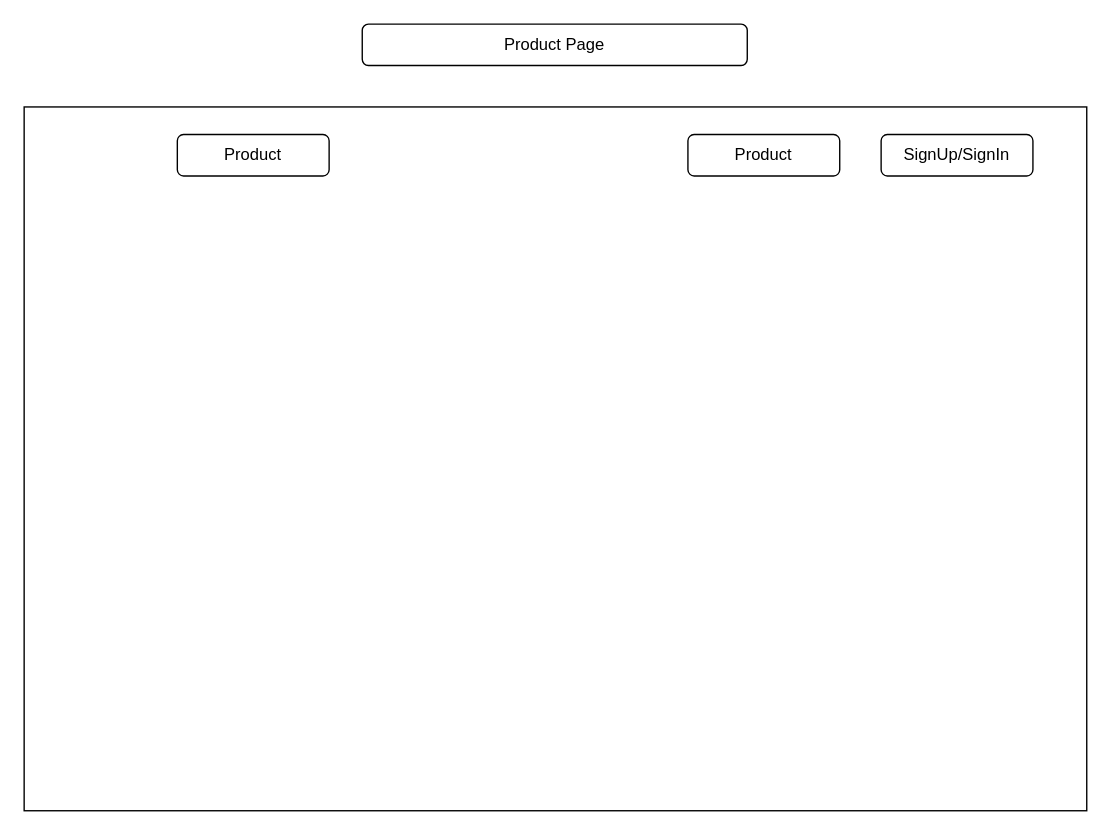
This is Untitled Diagram.drawio from AlphacodelabsDemo/E-Commerce-App, a draw.io file, before an edit. Source tidied: cells renumbered, new cells numbered last; positions are measured from the earlier drawing's top-left corner, leaving out a move shared by most shapes. Both pictures are drawn from the tidied source at 138%, with x=0, y=0 at pixel (23, 23).
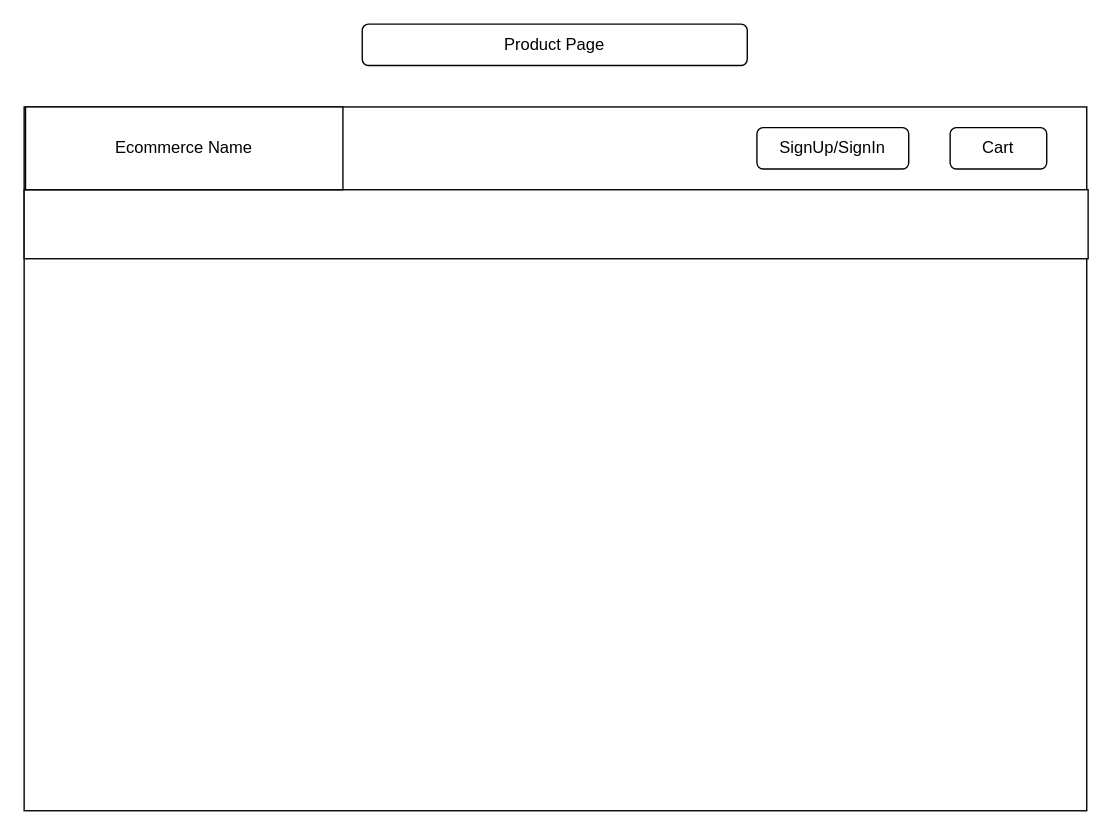
The same page after the edit.

Diff of the diagram source:
```diff
@@
 <mxGraphModel>
   <root>
     <mxCell id="0" />
     <mxCell id="1" parent="0" />
     <mxCell id="2" style="rounded=0;whiteSpace=wrap;html=1;" parent="1" vertex="1">
       <mxGeometry y="60" width="770" height="510" as="geometry" />
     </mxCell>
     <mxCell id="3" value="Product Page" style="rounded=1;whiteSpace=wrap;html=1;" parent="1" vertex="1">
       <mxGeometry x="245" width="279" height="30" as="geometry" />
     </mxCell>
-    <mxCell id="4" value="Product" style="rounded=1;whiteSpace=wrap;html=1;" parent="1" vertex="1">
-      <mxGeometry x="111" y="80" width="110" height="30" as="geometry" />
-    </mxCell>
-    <mxCell id="5" value="Product" style="rounded=1;whiteSpace=wrap;html=1;" parent="1" vertex="1">
-      <mxGeometry x="481" y="80" width="110" height="30" as="geometry" />
+    <mxCell id="5" value="Cart" style="rounded=1;whiteSpace=wrap;html=1;" parent="1" vertex="1">
+      <mxGeometry x="671" y="75" width="70" height="30" as="geometry" />
     </mxCell>
     <mxCell id="6" value="SignUp/SignIn" style="rounded=1;whiteSpace=wrap;html=1;" parent="1" vertex="1">
-      <mxGeometry x="621" y="80" width="110" height="30" as="geometry" />
+      <mxGeometry x="531" y="75" width="110" height="30" as="geometry" />
     </mxCell>
+    <mxCell id="7" style="rounded=0;whiteSpace=wrap;html=1;" parent="1" vertex="1">
+      <mxGeometry y="120" width="771" height="50" as="geometry" />
+    </mxCell>
+    <mxCell id="8" value="Ecommerce Name" style="rounded=0;whiteSpace=wrap;html=1;" parent="1" vertex="1">
+      <mxGeometry x="1" y="60" width="230" height="60" as="geometry" />
+    </mxCell>
   </root>
 </mxGraphModel>
```
